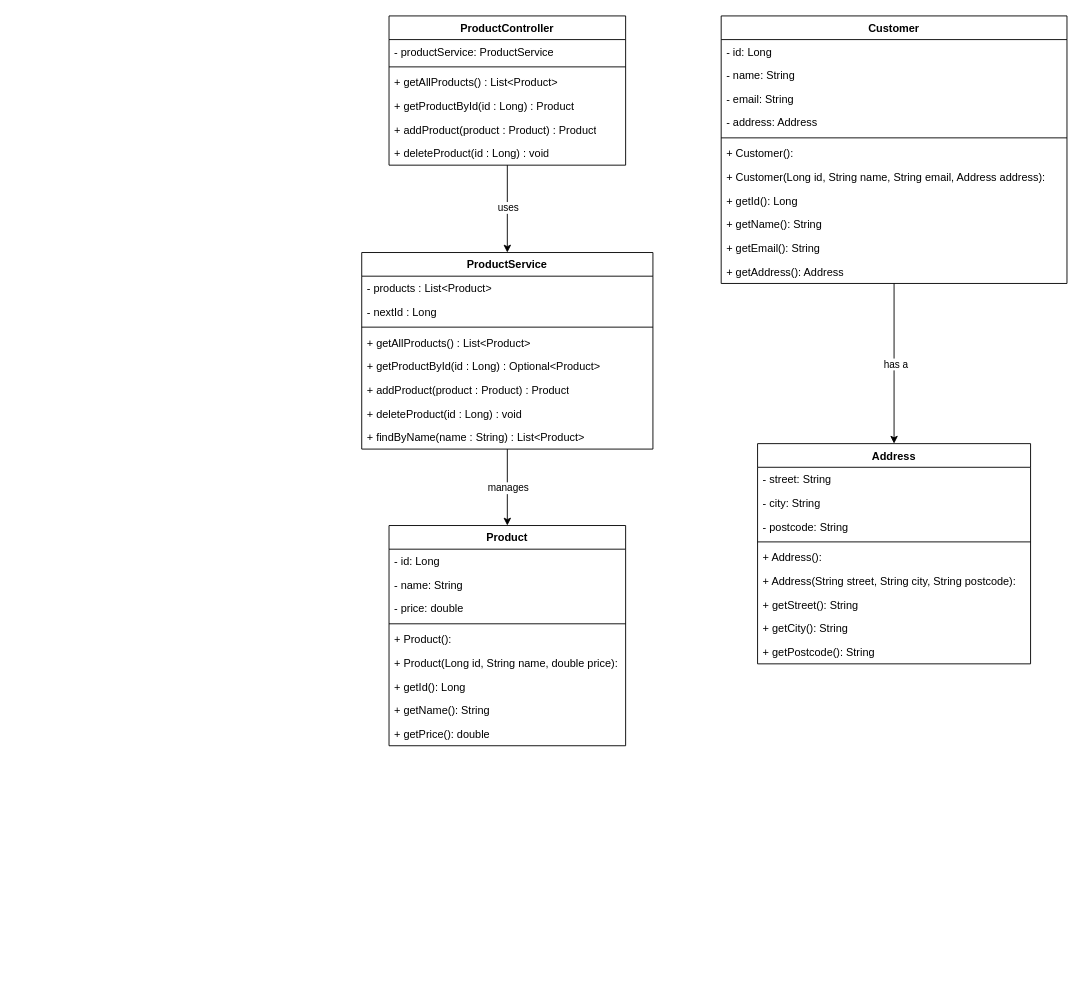
Earlier version of the draw.io diagram docs/uml/FullDiagram.drawio (hansajasandeepabadalge/products-api). Source tidied: cells renumbered, new cells numbered last; positions are measured from the earlier drawing's top-left corner, leaving out a move shared by most shapes. Both pictures are drawn from the tidied source at 91%, with x=0, y=0 at pixel (361, 15).
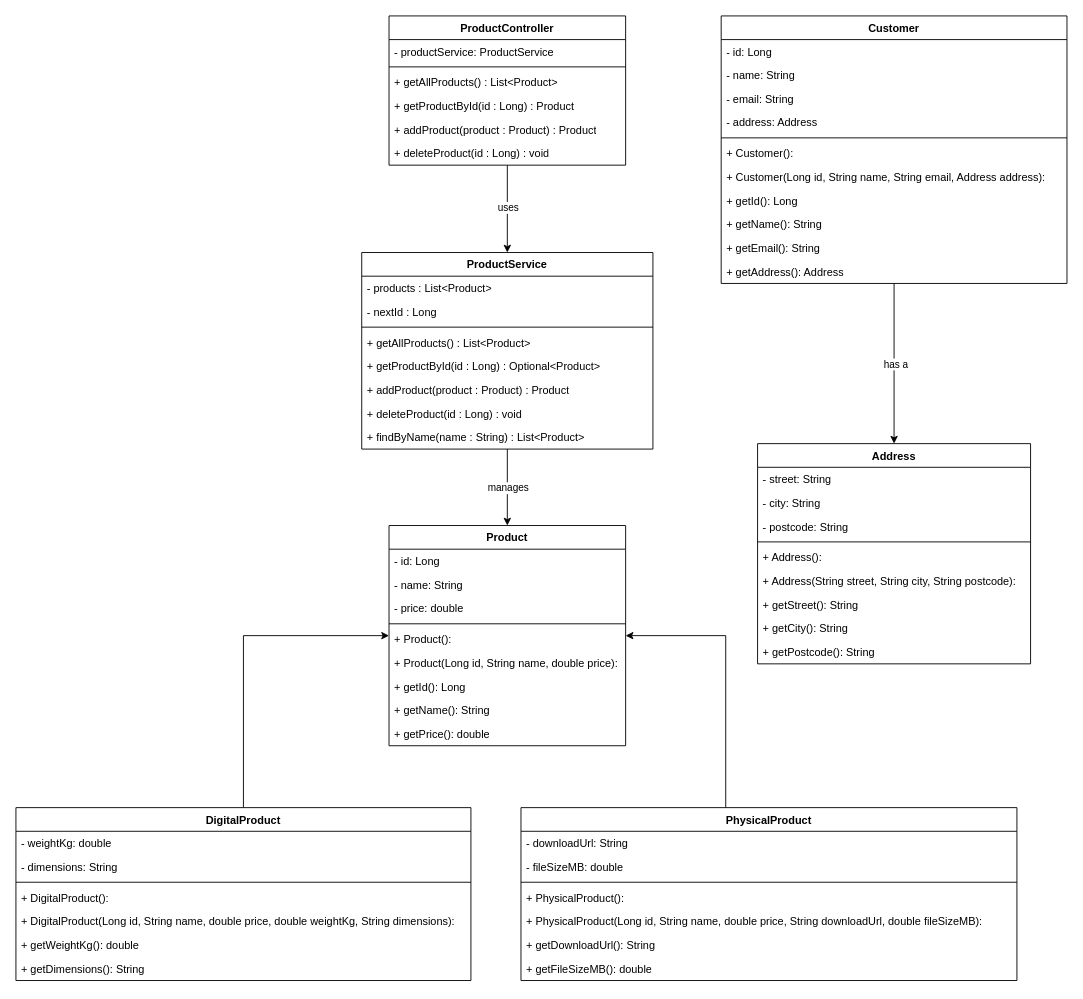
After the change.

Commit message (it also covers changes not shown here):
Tutorial 4: inheritance hierarchy — DigitalProduct and PhysicalProduct

Unchanged cells that the change refers to:
```xml
<mxCell id="26" value="Product" style="swimlane;fontStyle=1;align=center;verticalAlign=top;horizontal=1;startSize=26;whiteSpace=wrap;html=1;" parent="1" vertex="1">
  <mxGeometry x="30" y="560" width="260" height="242" as="geometry" />
</mxCell>
```

Diff of the diagram source:
```diff
@@
+    <mxCell id="56" style="edgeStyle=orthogonalEdgeStyle;rounded=0;jettySize=auto;html=1;entryX=0;entryY=0.5;entryDx=0;entryDy=0;" parent="1" edge="1" source="57" target="26">
+      <mxGeometry relative="1" as="geometry" />
+    </mxCell>
+    <mxCell id="57" value="DigitalProduct" style="swimlane;fontStyle=1;align=center;verticalAlign=top;horizontal=1;startSize=26;whiteSpace=wrap;html=1;" parent="1" vertex="1">
+      <mxGeometry x="-380" y="870" width="500" height="190" as="geometry" />
+    </mxCell>
+    <mxCell id="58" value="- weightKg: double" style="text;strokeColor=none;fillColor=none;align=left;verticalAlign=top;spacingLeft=4;spacingRight=4;overflow=hidden;whiteSpace=wrap;html=1;" parent="57" vertex="1">
+      <mxGeometry y="26" width="500" height="26" as="geometry" />
+    </mxCell>
+    <mxCell id="59" value="- dimensions: String" style="text;strokeColor=none;fillColor=none;align=left;verticalAlign=top;spacingLeft=4;spacingRight=4;overflow=hidden;whiteSpace=wrap;html=1;fontStyle=0;" parent="57" vertex="1">
+      <mxGeometry y="52" width="500" height="26" as="geometry" />
+    </mxCell>
+    <mxCell id="60" style="line;strokeWidth=1;fillColor=none;align=left;verticalAlign=middle;spacingTop=-1;spacingLeft=3;spacingRight=3;labelPosition=right;strokeColor=inherit;" parent="57" vertex="1">
+      <mxGeometry y="78" width="500" height="8" as="geometry" />
+    </mxCell>
+    <mxCell id="61" value="+ DigitalProduct():" style="text;strokeColor=none;fillColor=none;align=left;verticalAlign=top;spacingLeft=4;spacingRight=4;overflow=hidden;whiteSpace=wrap;html=1;" parent="57" vertex="1">
+      <mxGeometry y="86" width="500" height="26" as="geometry" />
+    </mxCell>
+    <mxCell id="62" value="+ DigitalProduct(Long id, String name, double price, double weightKg, String dimensions):" style="text;strokeColor=none;fillColor=none;align=left;verticalAlign=top;spacingLeft=4;spacingRight=4;overflow=hidden;whiteSpace=wrap;html=1;" parent="57" vertex="1">
+      <mxGeometry y="112" width="500" height="26" as="geometry" />
+    </mxCell>
+    <mxCell id="63" value="+ getWeightKg(): double" style="text;strokeColor=none;fillColor=none;align=left;verticalAlign=top;spacingLeft=4;spacingRight=4;overflow=hidden;whiteSpace=wrap;html=1;" parent="57" vertex="1">
+      <mxGeometry y="138" width="500" height="26" as="geometry" />
+    </mxCell>
+    <mxCell id="64" value="+ getDimensions(): String" style="text;strokeColor=none;fillColor=none;align=left;verticalAlign=top;spacingLeft=4;spacingRight=4;overflow=hidden;whiteSpace=wrap;html=1;fontStyle=0;" parent="57" vertex="1">
+      <mxGeometry y="164" width="500" height="26" as="geometry" />
+    </mxCell>
+    <mxCell id="65" style="edgeStyle=orthogonalEdgeStyle;rounded=0;jettySize=auto;html=1;entryX=1;entryY=0.5;entryDx=0;entryDy=0;" parent="1" edge="1" source="66" target="26">
+      <mxGeometry relative="1" as="geometry">
+        <Array as="points">
+          <mxPoint x="400" y="681" />
+        </Array>
+      </mxGeometry>
+    </mxCell>
+    <mxCell id="66" value="PhysicalProduct" style="swimlane;fontStyle=1;align=center;verticalAlign=top;horizontal=1;startSize=26;whiteSpace=wrap;html=1;" parent="1" vertex="1">
+      <mxGeometry x="175" y="870" width="545" height="190" as="geometry" />
+    </mxCell>
+    <mxCell id="67" value="- downloadUrl: String" style="text;strokeColor=none;fillColor=none;align=left;verticalAlign=top;spacingLeft=4;spacingRight=4;overflow=hidden;whiteSpace=wrap;html=1;fontStyle=0;" parent="66" vertex="1">
+      <mxGeometry y="26" width="545" height="26" as="geometry" />
+    </mxCell>
+    <mxCell id="68" value="- fileSizeMB: double" style="text;strokeColor=none;fillColor=none;align=left;verticalAlign=top;spacingLeft=4;spacingRight=4;overflow=hidden;whiteSpace=wrap;html=1;fontStyle=0;" parent="66" vertex="1">
+      <mxGeometry y="52" width="545" height="26" as="geometry" />
+    </mxCell>
+    <mxCell id="69" style="line;strokeWidth=1;fillColor=none;align=left;verticalAlign=middle;spacingTop=-1;spacingLeft=3;spacingRight=3;labelPosition=right;strokeColor=inherit;" parent="66" vertex="1">
+      <mxGeometry y="78" width="545" height="8" as="geometry" />
+    </mxCell>
+    <mxCell id="70" value="+ PhysicalProduct():" style="text;strokeColor=none;fillColor=none;align=left;verticalAlign=top;spacingLeft=4;spacingRight=4;overflow=hidden;whiteSpace=wrap;html=1;" parent="66" vertex="1">
+      <mxGeometry y="86" width="545" height="26" as="geometry" />
+    </mxCell>
+    <mxCell id="71" value="+ PhysicalProduct(Long id, String name, double price, String downloadUrl, double fileSizeMB):" style="text;strokeColor=none;fillColor=none;align=left;verticalAlign=top;spacingLeft=4;spacingRight=4;overflow=hidden;whiteSpace=wrap;html=1;" parent="66" vertex="1">
+      <mxGeometry y="112" width="545" height="26" as="geometry" />
+    </mxCell>
+    <mxCell id="72" value="+ getDownloadUrl(): String" style="text;strokeColor=none;fillColor=none;align=left;verticalAlign=top;spacingLeft=4;spacingRight=4;overflow=hidden;whiteSpace=wrap;html=1;" parent="66" vertex="1">
+      <mxGeometry y="138" width="545" height="26" as="geometry" />
+    </mxCell>
+    <mxCell id="73" value="+ getFileSizeMB(): double" style="text;strokeColor=none;fillColor=none;align=left;verticalAlign=top;spacingLeft=4;spacingRight=4;overflow=hidden;whiteSpace=wrap;html=1;fontStyle=0;" parent="66" vertex="1">
+      <mxGeometry y="164" width="545" height="26" as="geometry" />
+    </mxCell>
```
